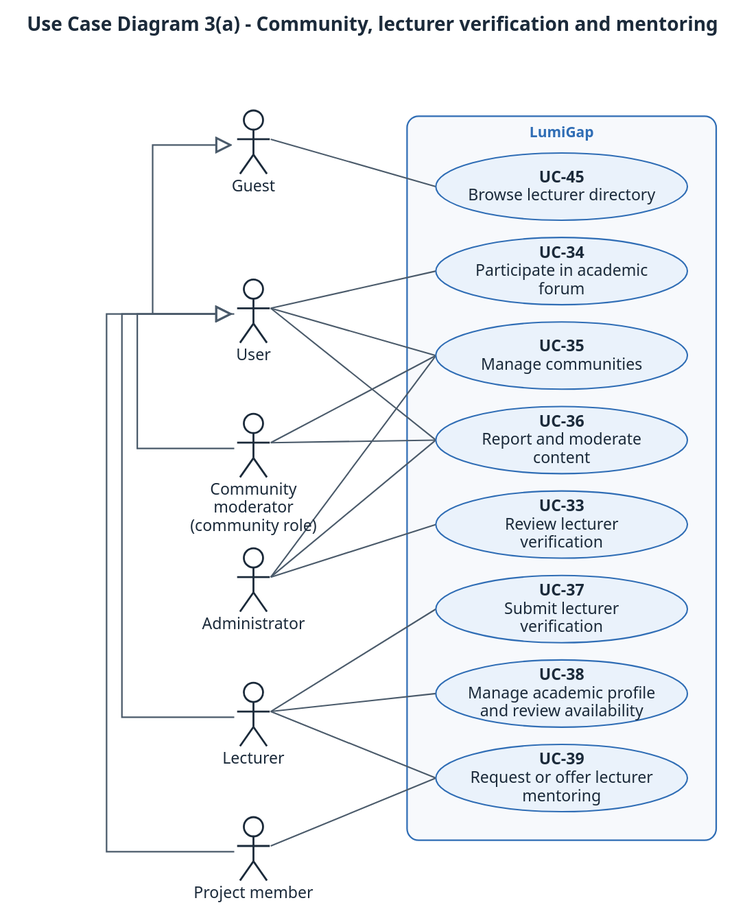
Before: docs/diagrams/report3/R3_UseCase_3a_Community_Lecturer.svg, a diagram exported from PlantUML (Khoa-Hoa-Technology-Solution-Company/lumi-gap). Its source is kept beside it as docs/diagrams/report3/R3_UseCase_3a_Community_Lecturer.puml.
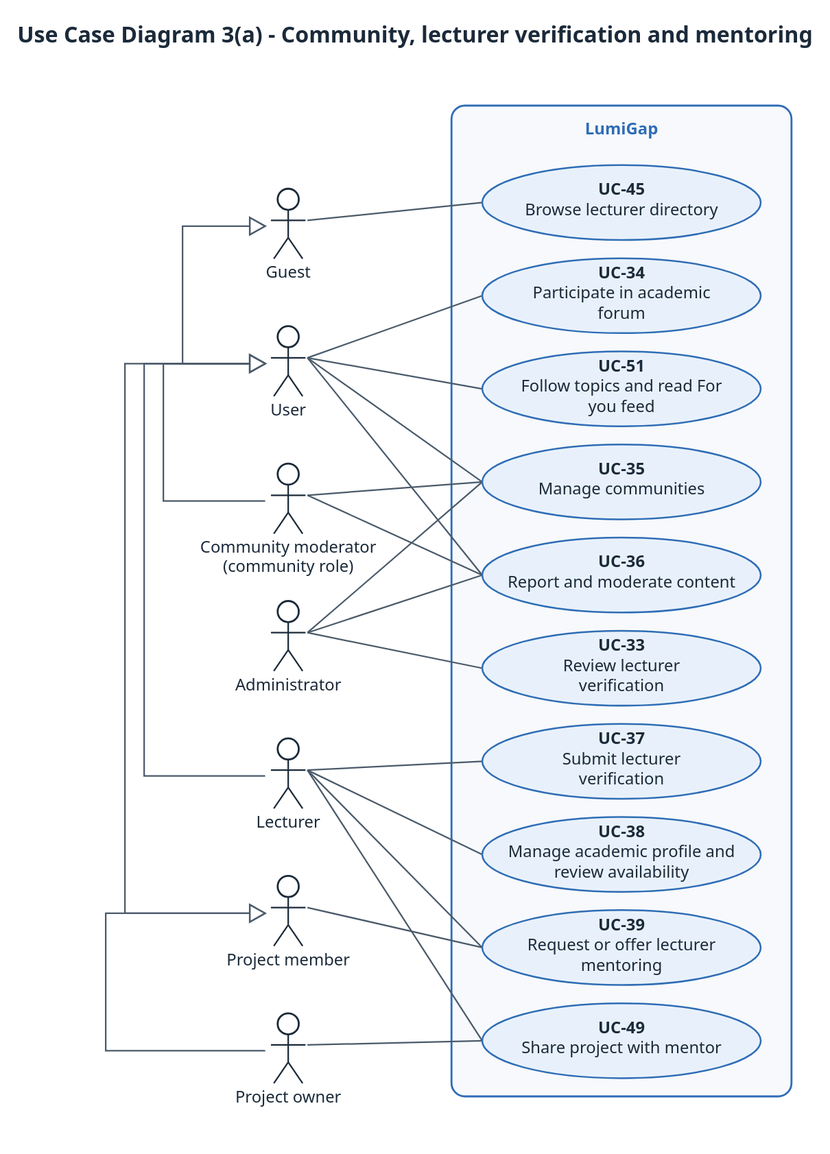
After the commit.

The edit, as a diff of the source:
```diff
@@ -27,7 +27,6 @@
   BackgroundColor #F7F9FC
   BorderColor #2F6DB5
 }
-skinparam actorStyle awesome
 skinparam actor<<external system>> {
   BackgroundColor #F0F1F3
   BorderColor #8A8F98
@@ -40,6 +39,7 @@
 actor "Lecturer" as L
 actor "Project member" as PM
 actor "Administrator" as AD
+actor "Project owner" as PO
 rectangle "LumiGap" {
   usecase "UC-45\nBrowse lecturer directory" as UC45
   usecase "UC-34\nParticipate in academic forum" as UC34
@@ -49,6 +49,8 @@
   usecase "UC-37\nSubmit lecturer verification" as UC37
   usecase "UC-38\nManage academic profile and review availability" as UC38
   usecase "UC-39\nRequest or offer lecturer mentoring" as UC39
+  usecase "UC-49\nShare project with mentor" as UC49
+  usecase "UC-51\nFollow topics and read For you feed" as UC51
 }
 U --|> G
 M --|> U
@@ -67,4 +69,8 @@
 AD -- UC35
 AD -- UC36
 AD -- UC33
+L -- UC49
+PO --|> PM
+PO -- UC49
+U -- UC51
 @enduml
```
